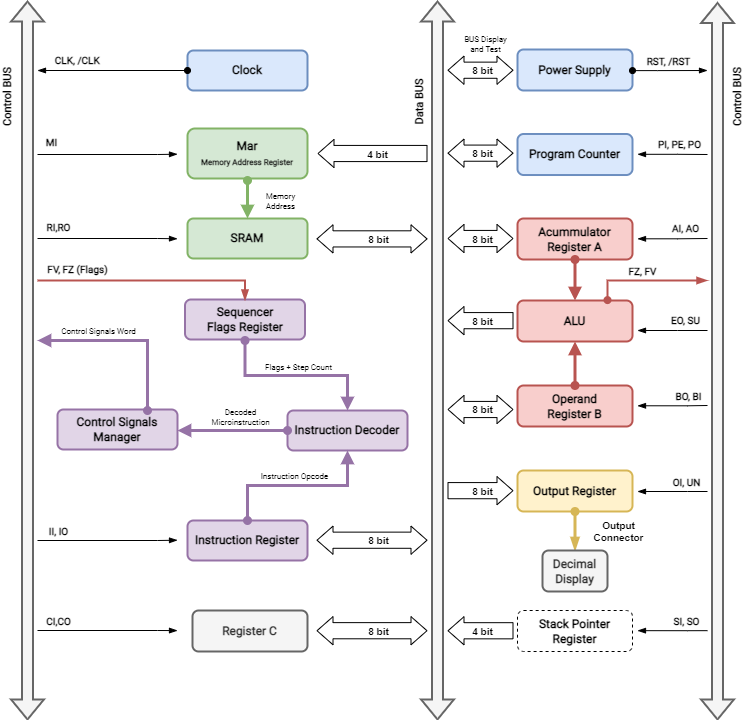
This is img/mycpu/diagrams/myCPU_modules_draw.png from mylabpcb/myCPU, a draw.io export, as it was before one commit. Source tidied: cells renumbered, new cells last; positions are measured from the earlier drawing's top-left corner, leaving out a move shared by most shapes.
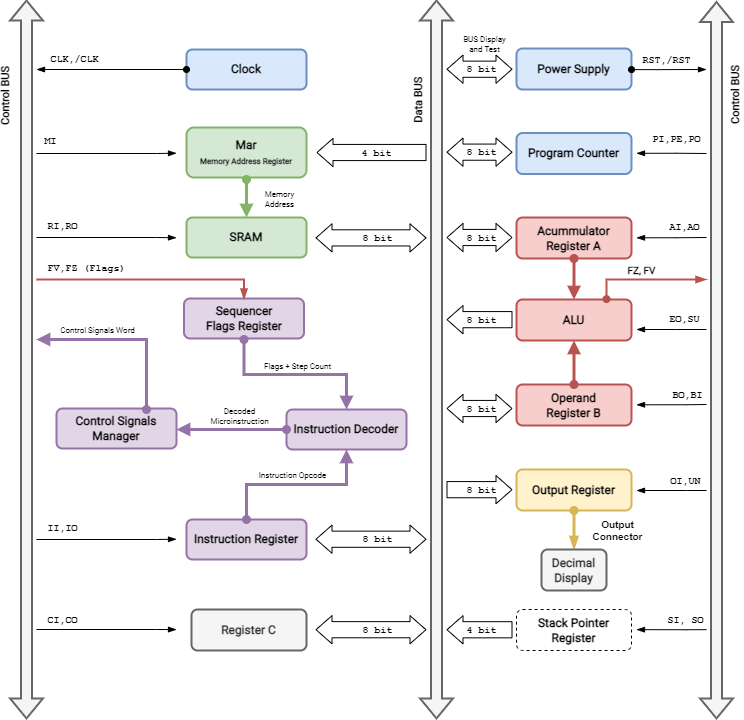
After the change.

Diff of the diagram source:
```diff
@@ -39,7 +39,7 @@
         </Array>
       </mxGeometry>
     </mxCell>
-    <mxCell id="12" value="RST, /RST" style="edgeLabel;html=1;align=center;verticalAlign=middle;fontSize=10;fontStyle=1;fontFamily=Roboto;fontSource=https%3A%2F%2Ffonts.googleapis.com%2Fcss%3Ffamily%3DRoboto;" parent="11" vertex="1">
+    <mxCell id="12" value="RST,/RST" style="edgeLabel;html=1;align=center;verticalAlign=middle;fontSize=10;fontStyle=1;fontFamily=Courier New;" parent="11" vertex="1">
       <mxGeometry x="-0.63" y="-1" relative="1" as="geometry">
         <mxPoint x="21" y="-11" as="offset" />
       </mxGeometry>
@@ -87,7 +87,7 @@
         </Array>
       </mxGeometry>
     </mxCell>
-    <mxCell id="20" value="CLK, /CLK&amp;nbsp;" style="edgeLabel;html=1;align=center;verticalAlign=middle;fontSize=10;fontFamily=Roboto;fontStyle=1;fontSource=https%3A%2F%2Ffonts.googleapis.com%2Fcss%3Ffamily%3DRoboto;" parent="19" vertex="1">
+    <mxCell id="20" value="CLK,/CLK&amp;nbsp;" style="edgeLabel;html=1;align=center;verticalAlign=middle;fontSize=10;fontFamily=Courier New;fontStyle=1;" parent="19" vertex="1">
       <mxGeometry x="-0.23" y="-2" relative="1" as="geometry">
         <mxPoint x="-52" y="-9" as="offset" />
       </mxGeometry>
@@ -106,7 +106,7 @@
         <mxPoint x="420" y="238" as="targetPoint" />
       </mxGeometry>
     </mxCell>
-    <mxCell id="23" value="8 bit" style="edgeLabel;html=1;align=center;verticalAlign=middle;fontSize=10;fontStyle=1;" parent="22" vertex="1">
+    <mxCell id="23" value="8 bit" style="edgeLabel;html=1;align=center;verticalAlign=middle;fontSize=10;fontStyle=1;fontFamily=Courier New;" parent="22" vertex="1">
       <mxGeometry x="-0.5" relative="1" as="geometry">
         <mxPoint x="-15" as="offset" />
       </mxGeometry>
@@ -146,9 +146,9 @@
         </Array>
       </mxGeometry>
     </mxCell>
-    <mxCell id="30" value="FV, FZ (Flags)" style="edgeLabel;html=1;align=center;verticalAlign=middle;fontSize=10;fontFamily=Roboto;fontStyle=1;fontSource=https%3A%2F%2Ffonts.googleapis.com%2Fcss%3Ffamily%3DRoboto;" parent="29" vertex="1">
+    <mxCell id="30" value="FV,FZ (Flags)" style="edgeLabel;html=1;align=center;verticalAlign=middle;fontSize=10;fontFamily=Courier New;fontStyle=1;" parent="29" vertex="1">
       <mxGeometry x="0.91" y="-2" relative="1" as="geometry">
-        <mxPoint x="30" y="-10" as="offset" />
+        <mxPoint x="39" y="-10" as="offset" />
       </mxGeometry>
     </mxCell>
     <mxCell id="31" style="edgeStyle=orthogonalEdgeStyle;rounded=0;jettySize=auto;html=1;fontFamily=Verdana;fontSize=10;startArrow=oval;startFill=1;endArrow=block;endFill=1;strokeWidth=3;fillColor=#e1d5e7;strokeColor=#9673a6;" parent="1" edge="1" source="8">
@@ -224,9 +224,9 @@
         </Array>
       </mxGeometry>
     </mxCell>
-    <mxCell id="44" value="PI, PE, PO" style="edgeLabel;html=1;align=center;verticalAlign=middle;fontSize=10;fontStyle=1;fontFamily=Roboto;fontSource=https%3A%2F%2Ffonts.googleapis.com%2Fcss%3Ffamily%3DRoboto;" parent="43" vertex="1">
+    <mxCell id="44" value="PI,PE,PO" style="edgeLabel;html=1;align=center;verticalAlign=middle;fontSize=10;fontStyle=1;fontFamily=Courier New;" parent="43" vertex="1">
       <mxGeometry x="-0.68" y="1" relative="1" as="geometry">
-        <mxPoint x="30" y="-9" as="offset" />
+        <mxPoint x="28" y="-13" as="offset" />
       </mxGeometry>
     </mxCell>
     <mxCell id="45" value="Program Counter" style="rounded=1;whiteSpace=wrap;html=1;fontSize=12;glass=0;strokeWidth=2;shadow=0;fontFamily=Roboto;fontStyle=1;fillColor=#dae8fc;strokeColor=#6c8ebf;fontSource=https%3A%2F%2Ffonts.googleapis.com%2Fcss%3Ffamily%3DRoboto;" parent="1" vertex="1">
@@ -245,7 +245,7 @@
         </Array>
       </mxGeometry>
     </mxCell>
-    <mxCell id="48" value="AI, AO" style="edgeLabel;html=1;align=center;verticalAlign=middle;fontSize=10;fontStyle=1;fontFamily=Roboto;fontSource=https%3A%2F%2Ffonts.googleapis.com%2Fcss%3Ffamily%3DRoboto;" parent="47" vertex="1">
+    <mxCell id="48" value="AI,AO" style="edgeLabel;html=1;align=center;verticalAlign=middle;fontSize=10;fontStyle=1;fontFamily=Courier New;" parent="47" vertex="1">
       <mxGeometry x="-0.68" y="1" relative="1" as="geometry">
         <mxPoint x="36" y="-10" as="offset" />
       </mxGeometry>
@@ -260,7 +260,7 @@
         </Array>
       </mxGeometry>
     </mxCell>
-    <mxCell id="50" value="EO, SU" style="edgeLabel;html=1;align=center;verticalAlign=middle;fontSize=10;fontStyle=1;fontFamily=Roboto;fontSource=https%3A%2F%2Ffonts.googleapis.com%2Fcss%3Ffamily%3DRoboto;" parent="49" vertex="1">
+    <mxCell id="50" value="EO,SU" style="edgeLabel;html=1;align=center;verticalAlign=middle;fontSize=10;fontStyle=1;fontFamily=Courier New;" parent="49" vertex="1">
       <mxGeometry x="-0.68" y="1" relative="1" as="geometry">
         <mxPoint x="36" y="-10" as="offset" />
       </mxGeometry>
@@ -275,7 +275,7 @@
         </Array>
       </mxGeometry>
     </mxCell>
-    <mxCell id="52" value="BO, BI" style="edgeLabel;html=1;align=center;verticalAlign=middle;fontSize=10;fontStyle=1;fontFamily=Roboto;fontSource=https%3A%2F%2Ffonts.googleapis.com%2Fcss%3Ffamily%3DRoboto;" parent="51" vertex="1">
+    <mxCell id="52" value="BO,BI" style="edgeLabel;html=1;align=center;verticalAlign=middle;fontSize=10;fontStyle=1;fontFamily=Courier New;" parent="51" vertex="1">
       <mxGeometry x="-0.68" y="1" relative="1" as="geometry">
         <mxPoint x="39" y="-9" as="offset" />
       </mxGeometry>
@@ -290,7 +290,7 @@
         </Array>
       </mxGeometry>
     </mxCell>
-    <mxCell id="54" value="OI, UN" style="edgeLabel;html=1;align=center;verticalAlign=middle;fontSize=10;fontStyle=1;fontFamily=Roboto;fontSource=https%3A%2F%2Ffonts.googleapis.com%2Fcss%3Ffamily%3DRoboto;" parent="53" vertex="1">
+    <mxCell id="54" value="OI,UN" style="edgeLabel;html=1;align=center;verticalAlign=middle;fontSize=10;fontStyle=1;fontFamily=Courier New;" parent="53" vertex="1">
       <mxGeometry x="-0.68" y="1" relative="1" as="geometry">
         <mxPoint x="37" y="-9" as="offset" />
       </mxGeometry>
@@ -305,7 +305,7 @@
         </Array>
       </mxGeometry>
     </mxCell>
-    <mxCell id="56" value="MI" style="edgeLabel;html=1;align=center;verticalAlign=middle;fontSize=10;fontStyle=1;fontFamily=Roboto;fontSource=https%3A%2F%2Ffonts.googleapis.com%2Fcss%3Ffamily%3DRoboto;" parent="55" vertex="1">
+    <mxCell id="56" value="MI" style="edgeLabel;html=1;align=center;verticalAlign=middle;fontSize=10;fontStyle=1;fontFamily=Courier New;labelBackgroundColor=none;labelBorderColor=none;" parent="55" vertex="1">
       <mxGeometry x="-0.68" y="1" relative="1" as="geometry">
         <mxPoint x="-9" y="-12" as="offset" />
       </mxGeometry>
@@ -320,9 +320,9 @@
         </Array>
       </mxGeometry>
     </mxCell>
-    <mxCell id="58" value="RI,RO" style="edgeLabel;html=1;align=center;verticalAlign=middle;fontSize=10;fontStyle=1;fontFamily=Roboto;fontSource=https%3A%2F%2Ffonts.googleapis.com%2Fcss%3Ffamily%3DRoboto;" parent="57" vertex="1">
+    <mxCell id="58" value="RI,RO" style="edgeLabel;html=1;align=center;verticalAlign=middle;fontSize=10;fontStyle=1;fontFamily=Courier New;labelBackgroundColor=none;labelBorderColor=none;" parent="57" vertex="1">
       <mxGeometry x="-0.68" y="1" relative="1" as="geometry">
-        <mxPoint x="-2" y="-11" as="offset" />
+        <mxPoint x="3" y="-11" as="offset" />
       </mxGeometry>
     </mxCell>
     <mxCell id="59" style="edgeStyle=orthogonalEdgeStyle;rounded=0;orthogonalLoop=1;jettySize=auto;html=1;startArrow=none;startFill=0;endArrow=blockThin;endFill=1;strokeWidth=1;" parent="1" edge="1">
@@ -335,9 +335,9 @@
         </Array>
       </mxGeometry>
     </mxCell>
-    <mxCell id="60" value="II, IO" style="edgeLabel;html=1;align=center;verticalAlign=middle;fontSize=10;fontStyle=1;fontFamily=Roboto;fontSource=https%3A%2F%2Ffonts.googleapis.com%2Fcss%3Ffamily%3DRoboto;" parent="59" vertex="1">
+    <mxCell id="60" value="II,IO" style="edgeLabel;html=1;align=center;verticalAlign=middle;fontSize=10;fontStyle=1;fontFamily=Courier New;labelBackgroundColor=none;labelBorderColor=none;" parent="59" vertex="1">
       <mxGeometry x="-0.68" y="1" relative="1" as="geometry">
-        <mxPoint x="-2" y="-9" as="offset" />
+        <mxPoint x="3" y="-11" as="offset" />
       </mxGeometry>
     </mxCell>
     <mxCell id="61" style="edgeStyle=orthogonalEdgeStyle;rounded=0;orthogonalLoop=1;jettySize=auto;html=1;startArrow=none;startFill=0;endArrow=blockThin;endFill=1;strokeWidth=1;" parent="1" edge="1">
@@ -350,9 +350,9 @@
         </Array>
       </mxGeometry>
     </mxCell>
-    <mxCell id="62" value="CI,CO" style="edgeLabel;html=1;align=center;verticalAlign=middle;fontSize=10;fontStyle=1;fontFamily=Roboto;fontSource=https%3A%2F%2Ffonts.googleapis.com%2Fcss%3Ffamily%3DRoboto;" parent="61" vertex="1">
+    <mxCell id="62" value="CI,CO" style="edgeLabel;html=1;align=center;verticalAlign=middle;fontSize=10;fontStyle=1;fontFamily=Courier New;labelBorderColor=none;labelBackgroundColor=none;" parent="61" vertex="1">
       <mxGeometry x="-0.68" y="1" relative="1" as="geometry">
-        <mxPoint x="-2" y="-9" as="offset" />
+        <mxPoint x="3" y="-9" as="offset" />
       </mxGeometry>
     </mxCell>
     <mxCell id="63" style="edgeStyle=orthogonalEdgeStyle;rounded=0;orthogonalLoop=1;jettySize=auto;html=1;startArrow=oval;startFill=1;endArrow=blockThin;endFill=1;strokeWidth=2;fillColor=#f8cecc;strokeColor=#b85450;" parent="1" edge="1">
@@ -376,7 +376,7 @@
         <mxPoint x="420" y="152.7" as="targetPoint" />
       </mxGeometry>
     </mxCell>
-    <mxCell id="66" value="8 bit" style="edgeLabel;html=1;align=center;verticalAlign=middle;fontSize=10;fontStyle=1;" parent="65" vertex="1">
+    <mxCell id="66" value="8 bit" style="edgeLabel;html=1;align=center;verticalAlign=middle;fontSize=10;fontStyle=1;fontFamily=Courier New;" parent="65" vertex="1">
       <mxGeometry x="-0.5" relative="1" as="geometry">
         <mxPoint x="-15" as="offset" />
       </mxGeometry>
@@ -387,7 +387,7 @@
         <mxPoint x="420" y="409" as="targetPoint" />
       </mxGeometry>
     </mxCell>
-    <mxCell id="68" value="8 bit" style="edgeLabel;html=1;align=center;verticalAlign=middle;fontSize=10;fontStyle=1;" parent="67" vertex="1">
+    <mxCell id="68" value="8 bit" style="edgeLabel;html=1;align=center;verticalAlign=middle;fontSize=10;fontStyle=1;fontFamily=Courier New;" parent="67" vertex="1">
       <mxGeometry x="-0.5" relative="1" as="geometry">
         <mxPoint x="-15" as="offset" />
       </mxGeometry>
@@ -398,7 +398,7 @@
         <mxPoint x="420" y="490.2" as="targetPoint" />
       </mxGeometry>
     </mxCell>
-    <mxCell id="70" value="8 bit" style="edgeLabel;html=1;align=center;verticalAlign=middle;fontSize=10;fontStyle=1;" parent="69" vertex="1">
+    <mxCell id="70" value="8 bit" style="edgeLabel;html=1;align=center;verticalAlign=middle;fontSize=10;fontStyle=1;fontFamily=Courier New;" parent="69" vertex="1">
       <mxGeometry x="-0.5" relative="1" as="geometry">
         <mxPoint x="-15" as="offset" />
       </mxGeometry>
@@ -409,18 +409,18 @@
         <mxPoint x="420" y="320.2" as="targetPoint" />
       </mxGeometry>
     </mxCell>
-    <mxCell id="72" value="8 bit" style="edgeLabel;html=1;align=center;verticalAlign=middle;fontSize=10;fontStyle=1;" parent="71" vertex="1">
+    <mxCell id="72" value="8 bit" style="edgeLabel;html=1;align=center;verticalAlign=middle;fontSize=10;fontStyle=1;fontFamily=Courier New;" parent="71" vertex="1">
       <mxGeometry x="-0.5" relative="1" as="geometry">
         <mxPoint x="-15" as="offset" />
       </mxGeometry>
     </mxCell>
-    <mxCell id="73" style="endArrow=block;html=1;rounded=0;strokeWidth=1;startArrow=none;startFill=0;endFill=0;shape=flexArrow;endSize=5;startSize=5;sketch=0;targetPerimeterSpacing=0;shadow=0;endWidth=10.961538461538462;startWidth=10.961538461538462;width=16.153846153846153;" parent="1" edge="1">
+    <mxCell id="73" style="endArrow=block;html=1;rounded=0;strokeWidth=1;startArrow=none;startFill=0;endFill=0;shape=flexArrow;endSize=5;startSize=5;sketch=0;targetPerimeterSpacing=0;shadow=0;endWidth=10.961538461538462;startWidth=10.961538461538462;width=16.153846153846153;fontFamily=Courier New;" parent="1" edge="1">
       <mxGeometry relative="1" as="geometry">
         <mxPoint x="400" y="153" as="sourcePoint" />
         <mxPoint x="290" y="153" as="targetPoint" />
       </mxGeometry>
     </mxCell>
-    <mxCell id="74" value="4 bit" style="edgeLabel;html=1;align=center;verticalAlign=middle;fontSize=10;fontStyle=1;" parent="73" vertex="1">
+    <mxCell id="74" value="4 bit" style="edgeLabel;html=1;align=center;verticalAlign=middle;fontSize=10;fontStyle=1;fontFamily=Courier New;" parent="73" vertex="1">
       <mxGeometry x="-0.5" relative="1" as="geometry">
         <mxPoint x="-23" as="offset" />
       </mxGeometry>
@@ -431,7 +431,7 @@
         <mxPoint x="289" y="238.4" as="targetPoint" />
       </mxGeometry>
     </mxCell>
-    <mxCell id="76" value="8 bit" style="edgeLabel;html=1;align=center;verticalAlign=middle;fontSize=10;fontStyle=1;" parent="75" vertex="1">
+    <mxCell id="76" value="8 bit" style="edgeLabel;html=1;align=center;verticalAlign=middle;fontSize=10;fontStyle=1;fontFamily=Courier New;" parent="75" vertex="1">
       <mxGeometry x="-0.5" relative="1" as="geometry">
         <mxPoint x="-22" as="offset" />
       </mxGeometry>
@@ -442,7 +442,7 @@
         <mxPoint x="289" y="539.7" as="targetPoint" />
       </mxGeometry>
     </mxCell>
-    <mxCell id="78" value="8 bit" style="edgeLabel;html=1;align=center;verticalAlign=middle;fontSize=10;fontStyle=1;" parent="77" vertex="1">
+    <mxCell id="78" value="8 bit" style="edgeLabel;html=1;align=center;verticalAlign=middle;fontSize=10;fontStyle=1;fontFamily=Courier New;" parent="77" vertex="1">
       <mxGeometry x="-0.5" relative="1" as="geometry">
         <mxPoint x="-22" as="offset" />
       </mxGeometry>
@@ -453,7 +453,7 @@
         <mxPoint x="289" y="630.2" as="targetPoint" />
       </mxGeometry>
     </mxCell>
-    <mxCell id="80" value="8 bit" style="edgeLabel;html=1;align=center;verticalAlign=middle;fontSize=10;fontStyle=1;" parent="79" vertex="1">
+    <mxCell id="80" value="8 bit" style="edgeLabel;html=1;align=center;verticalAlign=middle;fontSize=10;fontStyle=1;fontFamily=Courier New;" parent="79" vertex="1">
       <mxGeometry x="-0.5" relative="1" as="geometry">
         <mxPoint x="-22" as="offset" />
       </mxGeometry>
@@ -467,7 +467,7 @@
         <mxPoint x="420" y="630.3" as="targetPoint" />
       </mxGeometry>
     </mxCell>
-    <mxCell id="83" value="4 bit" style="edgeLabel;html=1;align=center;verticalAlign=middle;fontSize=10;fontStyle=1;" parent="82" vertex="1">
+    <mxCell id="83" value="4 bit" style="edgeLabel;html=1;align=center;verticalAlign=middle;fontSize=10;fontStyle=1;fontFamily=Courier New;" parent="82" vertex="1">
       <mxGeometry x="-0.5" relative="1" as="geometry">
         <mxPoint x="-15" as="offset" />
       </mxGeometry>
@@ -482,7 +482,7 @@
         </Array>
       </mxGeometry>
     </mxCell>
-    <mxCell id="85" value="SI, SO" style="edgeLabel;html=1;align=center;verticalAlign=middle;fontSize=10;fontStyle=1;fontFamily=Roboto;fontSource=https%3A%2F%2Ffonts.googleapis.com%2Fcss%3Ffamily%3DRoboto;" parent="84" vertex="1">
+    <mxCell id="85" value="SI, SO" style="edgeLabel;html=1;align=center;verticalAlign=middle;fontSize=10;fontStyle=1;fontFamily=Courier New;" parent="84" vertex="1">
       <mxGeometry x="-0.68" y="1" relative="1" as="geometry">
         <mxPoint x="37" y="-9" as="offset" />
       </mxGeometry>
@@ -493,7 +493,7 @@
         <mxPoint x="420" y="69.7" as="targetPoint" />
       </mxGeometry>
     </mxCell>
-    <mxCell id="87" value="8 bit" style="edgeLabel;html=1;align=center;verticalAlign=middle;fontSize=10;fontStyle=1;" parent="86" vertex="1">
+    <mxCell id="87" value="8 bit" style="edgeLabel;html=1;align=center;verticalAlign=middle;fontSize=10;fontStyle=1;fontFamily=Courier New;" parent="86" vertex="1">
       <mxGeometry x="-0.5" relative="1" as="geometry">
         <mxPoint x="-15" as="offset" />
       </mxGeometry>
```
